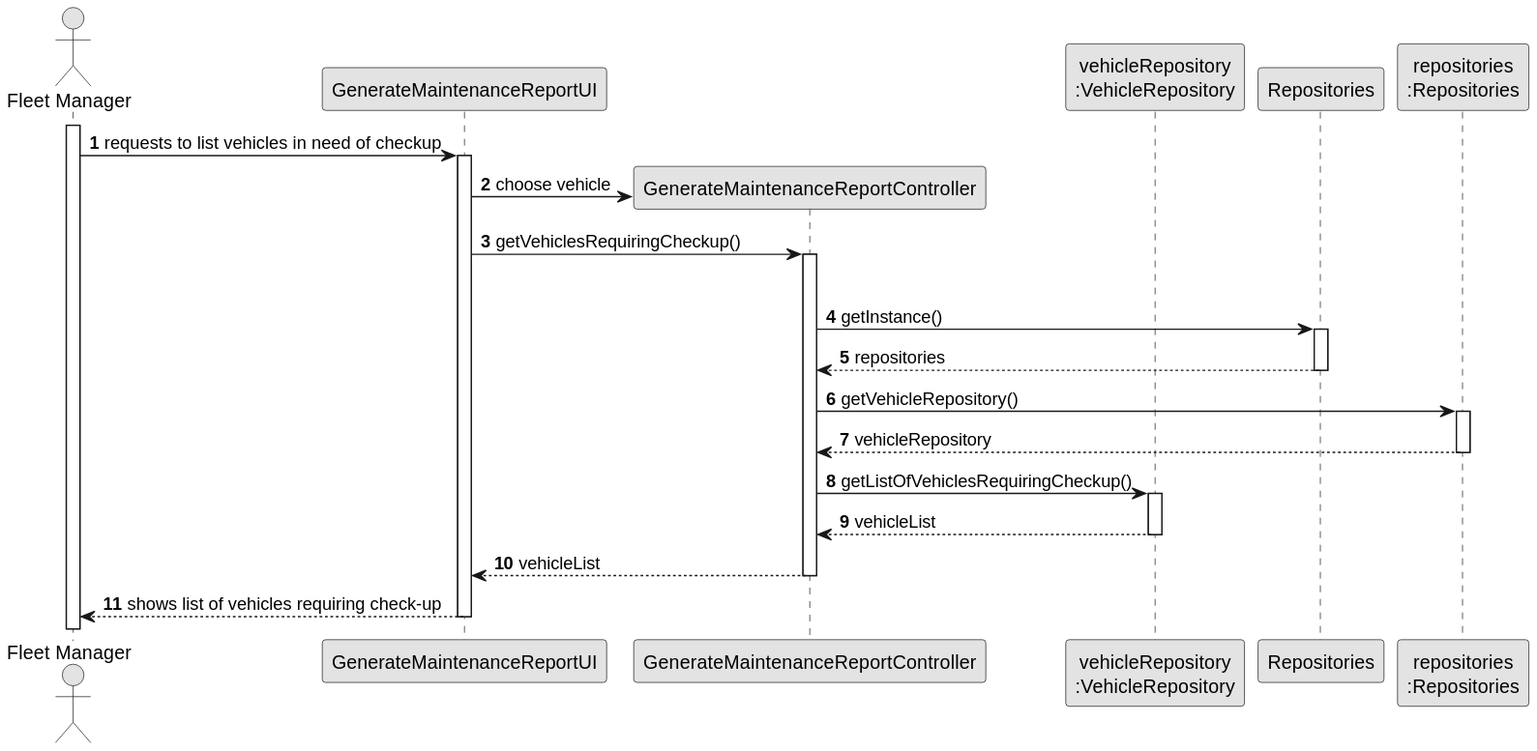
Above: docs/sprintC/us008/03.design/svg/us008-sequence-diagram-full.svg in Departamento-de-Engenharia-Informatica/lei-24-s2-1dkl-g134 (PlantUML), before the change.
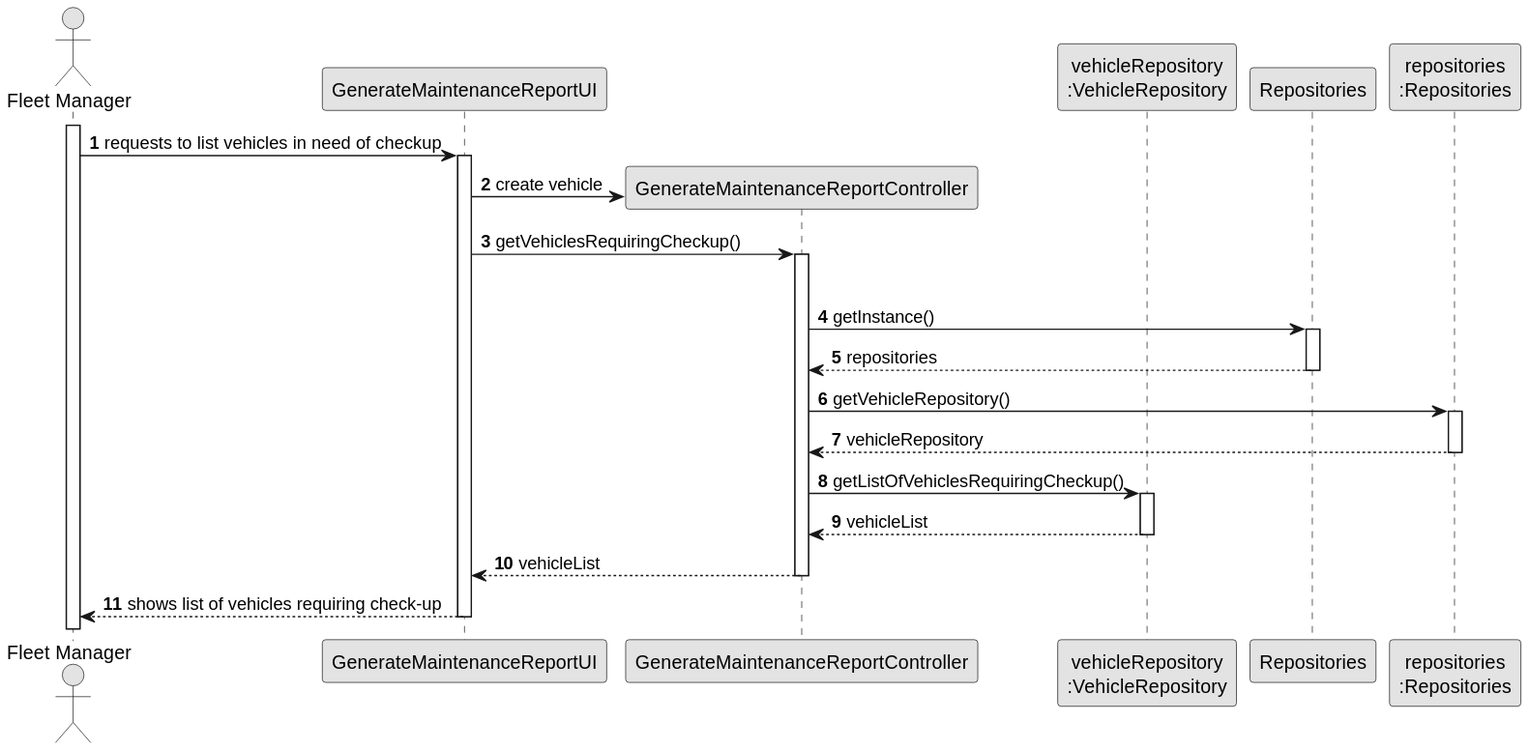
After the commit.

What changed in the source:
```diff
@@ -20,7 +20,7 @@
         activate UI
 
 
-            UI -> CTRL** : choose vehicle
+            UI -> CTRL** : create vehicle
 
             UI -> CTRL : getVehiclesRequiringCheckup()
             activate CTRL
```
